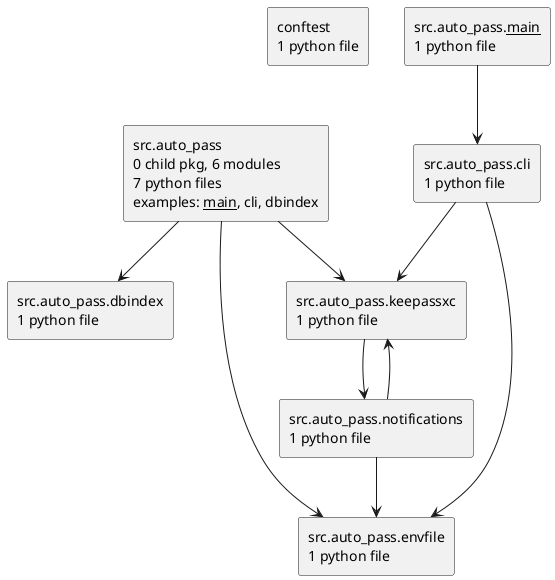
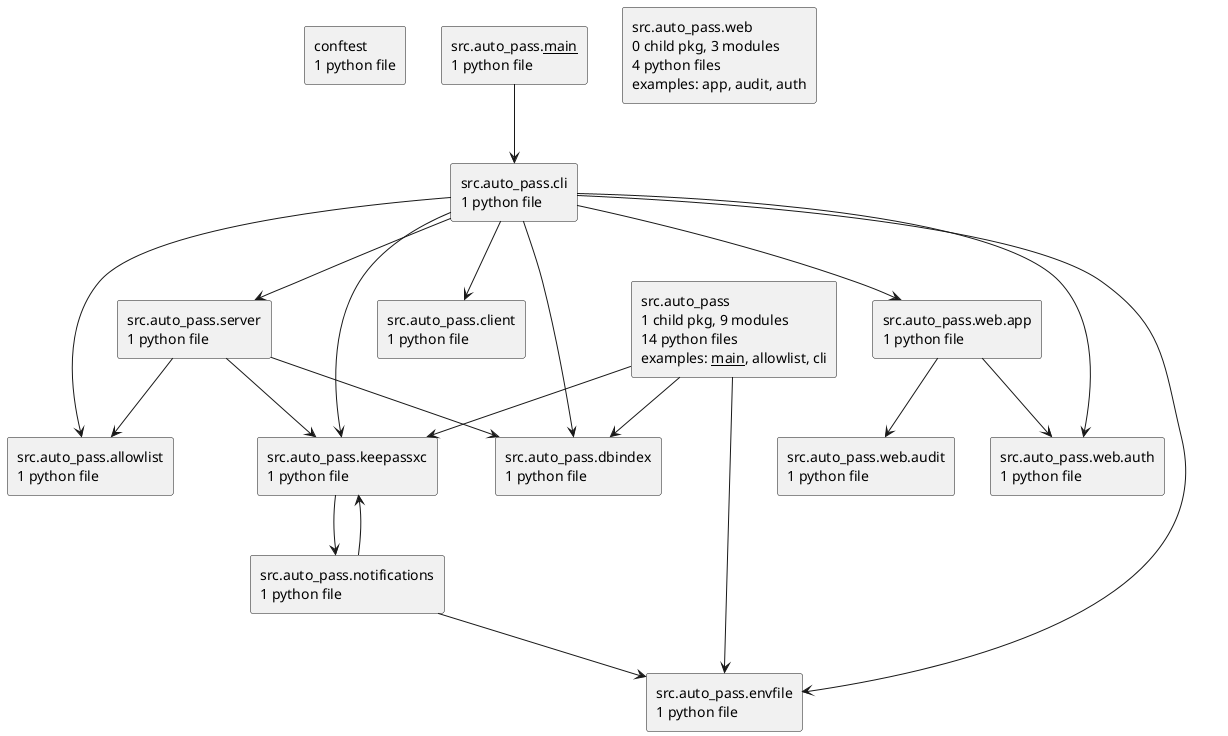
@startuml packages_auto-pass
set namespaceSeparator none
top to bottom direction
skinparam componentStyle rectangle
rectangle "conftest\n1 python file" as conftest
- rectangle "src.auto_pass\n0 child pkg, 6 modules\n7 python files\nexamples: __main__, cli, dbindex" as src.auto_pass
+ rectangle "src.auto_pass\n1 child pkg, 9 modules\n14 python files\nexamples: __main__, allowlist, cli" as src.auto_pass
rectangle "src.auto_pass.__main__\n1 python file" as src.auto_pass.__main__
+ rectangle "src.auto_pass.allowlist\n1 python file" as src.auto_pass.allowlist
rectangle "src.auto_pass.cli\n1 python file" as src.auto_pass.cli
+ rectangle "src.auto_pass.client\n1 python file" as src.auto_pass.client
rectangle "src.auto_pass.dbindex\n1 python file" as src.auto_pass.dbindex
rectangle "src.auto_pass.envfile\n1 python file" as src.auto_pass.envfile
rectangle "src.auto_pass.keepassxc\n1 python file" as src.auto_pass.keepassxc
rectangle "src.auto_pass.notifications\n1 python file" as src.auto_pass.notifications
+ rectangle "src.auto_pass.server\n1 python file" as src.auto_pass.server
+ rectangle "src.auto_pass.web\n0 child pkg, 3 modules\n4 python files\nexamples: app, audit, auth" as src.auto_pass.web
+ rectangle "src.auto_pass.web.app\n1 python file" as src.auto_pass.web.app
+ rectangle "src.auto_pass.web.audit\n1 python file" as src.auto_pass.web.audit
+ rectangle "src.auto_pass.web.auth\n1 python file" as src.auto_pass.web.auth
src.auto_pass --> src.auto_pass.dbindex
src.auto_pass --> src.auto_pass.envfile
src.auto_pass --> src.auto_pass.keepassxc
src.auto_pass.__main__ --> src.auto_pass.cli
+ src.auto_pass.cli --> src.auto_pass.allowlist
+ src.auto_pass.cli --> src.auto_pass.client
+ src.auto_pass.cli --> src.auto_pass.dbindex
src.auto_pass.cli --> src.auto_pass.envfile
src.auto_pass.cli --> src.auto_pass.keepassxc
+ src.auto_pass.cli --> src.auto_pass.server
+ src.auto_pass.cli --> src.auto_pass.web.app
+ src.auto_pass.cli --> src.auto_pass.web.auth
src.auto_pass.keepassxc --> src.auto_pass.notifications
src.auto_pass.notifications --> src.auto_pass.envfile
src.auto_pass.notifications --> src.auto_pass.keepassxc
+ src.auto_pass.server --> src.auto_pass.allowlist
+ src.auto_pass.server --> src.auto_pass.dbindex
+ src.auto_pass.server --> src.auto_pass.keepassxc
+ src.auto_pass.web.app --> src.auto_pass.web.audit
+ src.auto_pass.web.app --> src.auto_pass.web.auth
@enduml
